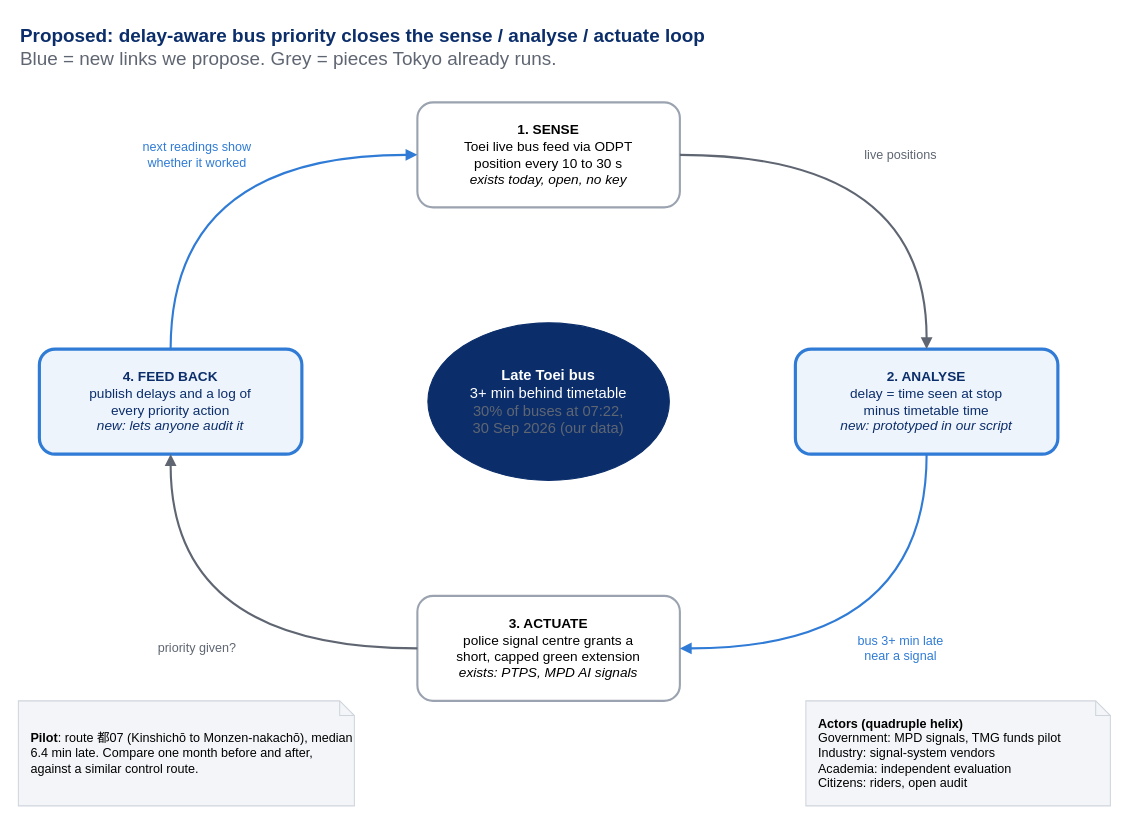
XxAG17xX/tokyo-smart-mobility keeps this draw.io diagram as diagrams/proposal_loop.drawio. Above is the earlier version. Source tidied: cells renumbered, new cells numbered last; positions are measured from the earlier drawing's top-left corner, leaving out a move shared by most shapes. Both pictures are drawn from the tidied source at 105%, with x=0, y=0 at pixel (18, 18).
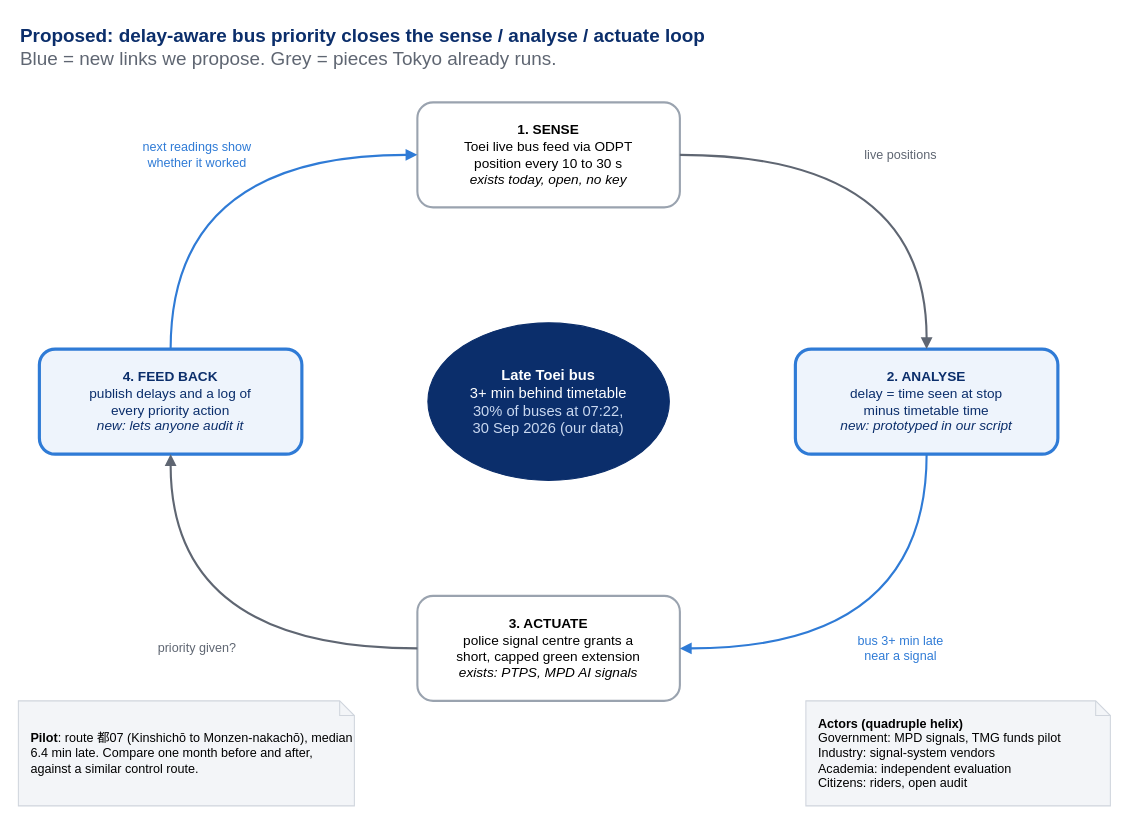
After the change.

Commit message (it also covers changes not shown here):
Diagrams exported from draw.io (light, 250%); lighter centre text on proposal loop

The edit, as a diff of the source:
```diff
@@
 <mxGraphModel>
   <root>
     <mxCell id="0" />
     <mxCell id="1" parent="0" />
     <mxCell id="2" value="&lt;b&gt;Proposed: delay-aware bus priority closes the sense / analyse / actuate loop&lt;/b&gt;&lt;br&gt;&lt;font color=&quot;#5F6672&quot;&gt;Blue = new links we propose. Grey = pieces Tokyo already runs.&lt;/font&gt;" style="text;html=1;align=left;verticalAlign=top;fontSize=18;fontColor=#0B2E6B;" parent="1" vertex="1">
       <mxGeometry width="1000" height="60" as="geometry" />
     </mxCell>
-    <mxCell id="3" value="&lt;b&gt;Late Toei bus&lt;/b&gt;&lt;br&gt;3+ min behind timetable&lt;br&gt;&lt;font color=&quot;#5F6672&quot;&gt;30% of buses at 07:22,&lt;br&gt;30 Sep 2026 (our data)&lt;/font&gt;" style="ellipse;whiteSpace=wrap;html=1;fillColor=#0B2E6B;strokeColor=#0B2E6B;fontColor=#FFFFFF;fontSize=14;" parent="1" vertex="1">
+    <mxCell id="3" value="&lt;b&gt;Late Toei bus&lt;/b&gt;&lt;br&gt;3+ min behind timetable&lt;br&gt;&lt;font color=&quot;#C9D8F0&quot;&gt;30% of buses at 07:22,&lt;br&gt;30 Sep 2026 (our data)&lt;/font&gt;" style="ellipse;whiteSpace=wrap;html=1;fillColor=#0B2E6B;strokeColor=#0B2E6B;fontColor=#FFFFFF;fontSize=14;" parent="1" vertex="1">
       <mxGeometry x="390" y="290" width="230" height="150" as="geometry" />
     </mxCell>
     <mxCell id="4" value="&lt;b&gt;1. SENSE&lt;/b&gt;&lt;br&gt;Toei live bus feed via ODPT&lt;br&gt;position every 10 to 30 s&lt;br&gt;&lt;i&gt;exists today, open, no key&lt;/i&gt;" style="rounded=1;whiteSpace=wrap;html=1;fillColor=#FFFFFF;strokeColor=#9AA3AF;strokeWidth=2;fontSize=13;" parent="1" vertex="1">
       <mxGeometry x="380" y="80" width="250" height="100" as="geometry" />
     </mxCell>
     <mxCell id="5" value="&lt;b&gt;2. ANALYSE&lt;/b&gt;&lt;br&gt;delay = time seen at stop&lt;br&gt;minus timetable time&lt;br&gt;&lt;i&gt;new: prototyped in our script&lt;/i&gt;" style="rounded=1;whiteSpace=wrap;html=1;fillColor=#EEF4FC;strokeColor=#2F7BD6;strokeWidth=3;fontSize=13;fontColor=#0B2E6B;" parent="1" vertex="1">
       <mxGeometry x="740" y="315" width="250" height="100" as="geometry" />
     </mxCell>
     <mxCell id="6" value="&lt;b&gt;3. ACTUATE&lt;/b&gt;&lt;br&gt;police signal centre grants a&lt;br&gt;short, capped green extension&lt;br&gt;&lt;i&gt;exists: PTPS, MPD AI signals&lt;/i&gt;" style="rounded=1;whiteSpace=wrap;html=1;fillColor=#FFFFFF;strokeColor=#9AA3AF;strokeWidth=2;fontSize=13;" parent="1" vertex="1">
       <mxGeometry x="380" y="550" width="250" height="100" as="geometry" />
     </mxCell>
     <mxCell id="7" value="&lt;b&gt;4. FEED BACK&lt;/b&gt;&lt;br&gt;publish delays and a log of&lt;br&gt;every priority action&lt;br&gt;&lt;i&gt;new: lets anyone audit it&lt;/i&gt;" style="rounded=1;whiteSpace=wrap;html=1;fillColor=#EEF4FC;strokeColor=#2F7BD6;strokeWidth=3;fontSize=13;fontColor=#0B2E6B;" parent="1" vertex="1">
       <mxGeometry x="20" y="315" width="250" height="100" as="geometry" />
     </mxCell>
     <mxCell id="8" value="live positions" style="html=1;endArrow=block;endFill=1;strokeColor=#5F6672;strokeWidth=2;curved=1;fontSize=12;fontColor=#5F6672;labelBackgroundColor=#FFFFFF;" parent="1" edge="1" source="4" target="5">
       <mxGeometry relative="1" as="geometry">
         <Array as="points">
           <mxPoint x="865" y="130" />
         </Array>
       </mxGeometry>
     </mxCell>
     <mxCell id="9" value="bus 3+ min late&lt;br&gt;near a signal" style="html=1;endArrow=block;endFill=1;strokeColor=#2F7BD6;strokeWidth=2;curved=1;fontSize=12;fontColor=#2F7BD6;labelBackgroundColor=#FFFFFF;" parent="1" edge="1" source="5" target="6">
       <mxGeometry relative="1" as="geometry">
         <Array as="points">
           <mxPoint x="865" y="600" />
         </Array>
       </mxGeometry>
     </mxCell>
     <mxCell id="10" value="priority given?" style="html=1;endArrow=block;endFill=1;strokeColor=#5F6672;strokeWidth=2;curved=1;fontSize=12;fontColor=#5F6672;labelBackgroundColor=#FFFFFF;" parent="1" edge="1" source="6" target="7">
       <mxGeometry relative="1" as="geometry">
         <Array as="points">
           <mxPoint x="145" y="600" />
         </Array>
       </mxGeometry>
     </mxCell>
     <mxCell id="11" value="next readings show&lt;br&gt;whether it worked" style="html=1;endArrow=block;endFill=1;strokeColor=#2F7BD6;strokeWidth=2;curved=1;fontSize=12;fontColor=#2F7BD6;labelBackgroundColor=#FFFFFF;" parent="1" edge="1" source="7" target="4">
       <mxGeometry relative="1" as="geometry">
         <Array as="points">
           <mxPoint x="145" y="130" />
         </Array>
       </mxGeometry>
     </mxCell>
     <mxCell id="12" value="&lt;b&gt;Actors (quadruple helix)&lt;/b&gt;&lt;br&gt;Government: MPD signals, TMG funds pilot&lt;br&gt;Industry: signal-system vendors&lt;br&gt;Academia: independent evaluation&lt;br&gt;Citizens: riders, open audit" style="shape=note;whiteSpace=wrap;html=1;size=14;fillColor=#F3F5F8;strokeColor=#D0D5DD;fontSize=12;align=left;spacingLeft=10;" parent="1" vertex="1">
       <mxGeometry x="750" y="650" width="290" height="100" as="geometry" />
     </mxCell>
     <mxCell id="13" value="&lt;b&gt;Pilot&lt;/b&gt;: route 都07 (Kinshichō to Monzen-nakachō), median 6.4 min late. Compare one month before and after, against a similar control route." style="shape=note;whiteSpace=wrap;html=1;size=14;fillColor=#F3F5F8;strokeColor=#D0D5DD;fontSize=12;align=left;spacingLeft=10;" parent="1" vertex="1">
       <mxGeometry y="650" width="320" height="100" as="geometry" />
     </mxCell>
   </root>
 </mxGraphModel>
```
